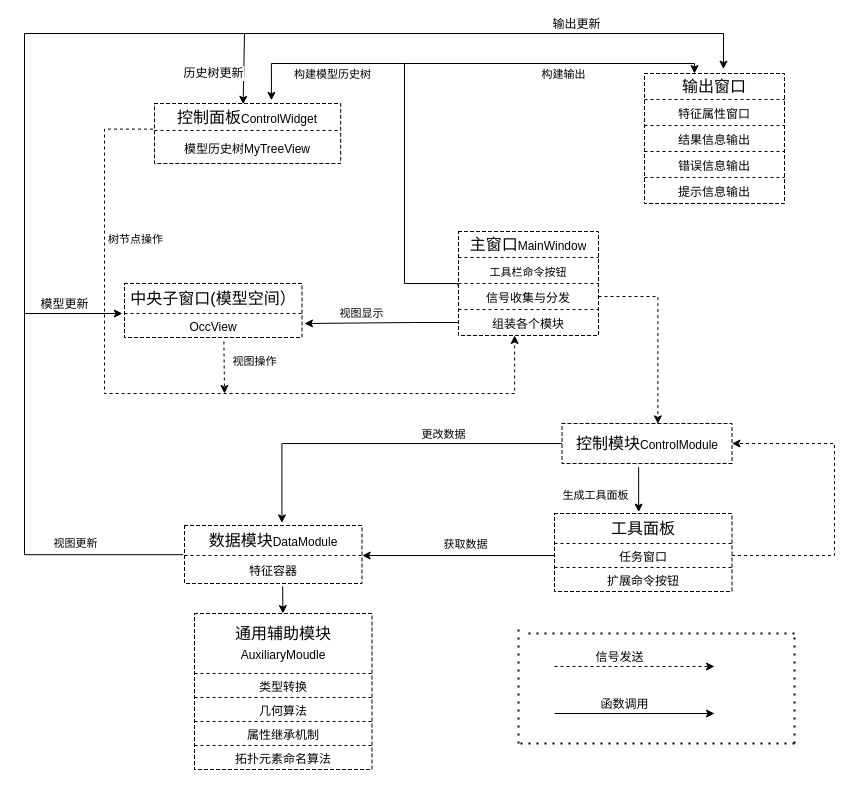
liuhuliuhu123/First-test keeps this draw.io diagram as mvc详解架构.drawio. Above is the earlier version. Source tidied: cells renumbered, new cells numbered last; positions are measured from the earlier drawing's top-left corner, leaving out a move shared by most shapes. Both pictures are drawn from the tidied source at 100%, with x=0, y=0 at pixel (24, 33).
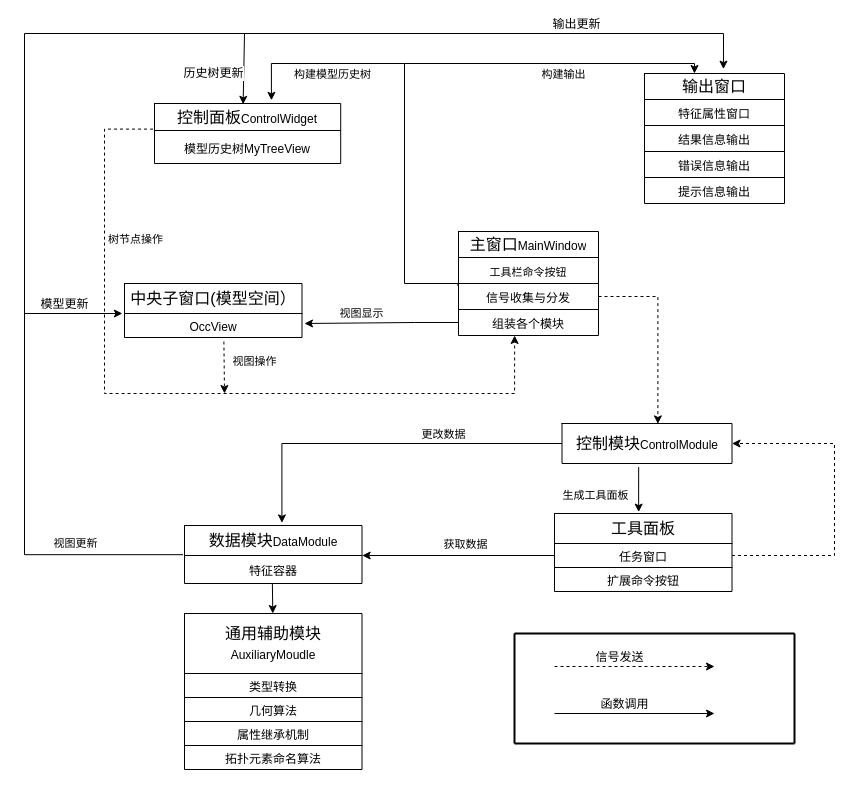
Above is the later version.

Commit message:
更新mvc详解架构.drawio

The change refers to these unchanged cells:
```xml
<mxCell id="48" style="shape=tableRow;horizontal=0;startSize=0;swimlaneHead=0;swimlaneBody=0;strokeColor=inherit;top=0;left=0;bottom=0;right=0;fillColor=none;points=[[0,0.5],[1,0.5]];portConstraint=eastwest;fontSize=16;" parent="47" vertex="1">
  <mxGeometry width="177.5" height="60" as="geometry" />
</mxCell>
<mxCell id="78" style="shape=tableRow;horizontal=0;startSize=0;swimlaneHead=0;swimlaneBody=0;strokeColor=inherit;top=0;left=0;bottom=0;right=0;fillColor=none;points=[[0,0.5],[1,0.5]];portConstraint=eastwest;fontSize=16;" parent="75" vertex="1">
  <mxGeometry y="30" width="177.5" height="28" as="geometry" />
</mxCell>
```

Change to the diagram source:
```diff
@@
-    <mxCell id="27" style="shape=table;startSize=0;childLayout=tableLayout;fontSize=16;dashed=1;" parent="1" vertex="1">
+    <mxCell id="27" style="shape=table;startSize=0;childLayout=tableLayout;fontSize=16;" parent="1" vertex="1">
       <mxGeometry x="620" y="40" width="140" height="130" as="geometry" />
     </mxCell>
@@
-    <mxCell id="38" style="shape=table;startSize=0;childLayout=tableLayout;fontSize=16;dashed=1;" parent="1" vertex="1">
+    <mxCell id="38" style="shape=table;startSize=0;childLayout=tableLayout;fontSize=16;" parent="1" vertex="1">
       <mxGeometry x="434" y="198" width="140" height="104" as="geometry" />
     </mxCell>
@@
-    <mxCell id="47" style="shape=table;startSize=0;childLayout=tableLayout;fontSize=16;dashed=1;" parent="1" vertex="1">
-      <mxGeometry x="170" y="580" width="177.5" height="156" as="geometry" />
+    <mxCell id="47" style="shape=table;startSize=0;childLayout=tableLayout;fontSize=16;" parent="1" vertex="1">
+      <mxGeometry x="160" y="580" width="177.5" height="156" as="geometry" />
     </mxCell>
@@
-    <mxCell id="58" style="shape=table;startSize=0;childLayout=tableLayout;fontSize=16;dashed=1;" parent="1" vertex="1">
+    <mxCell id="58" style="shape=table;startSize=0;childLayout=tableLayout;fontSize=16;" parent="1" vertex="1">
       <mxGeometry x="530" y="480" width="177.5" height="78" as="geometry" />
     </mxCell>
@@
-    <mxCell id="65" style="shape=table;startSize=0;childLayout=tableLayout;fontSize=16;dashed=1;" parent="1" vertex="1">
+    <mxCell id="65" style="shape=table;startSize=0;childLayout=tableLayout;fontSize=16;" parent="1" vertex="1">
       <mxGeometry x="100" y="250" width="177.5" height="54" as="geometry" />
     </mxCell>
@@
-    <mxCell id="70" style="shape=table;startSize=0;childLayout=tableLayout;fontSize=16;dashed=1;" parent="1" vertex="1">
+    <mxCell id="70" style="shape=table;startSize=0;childLayout=tableLayout;fontSize=16;" parent="1" vertex="1">
       <mxGeometry x="130" y="70" width="186.2" height="60" as="geometry" />
     </mxCell>
@@
-    <mxCell id="75" style="shape=table;startSize=0;childLayout=tableLayout;fontSize=16;dashed=1;" parent="1" vertex="1">
+    <mxCell id="75" style="shape=table;startSize=0;childLayout=tableLayout;fontSize=16;" parent="1" vertex="1">
       <mxGeometry x="160" y="492" width="177.5" height="58" as="geometry" />
     </mxCell>
@@
-    <mxCell id="80" style="shape=table;startSize=0;childLayout=tableLayout;fontSize=16;dashed=1;" parent="1" vertex="1">
+    <mxCell id="80" style="shape=table;startSize=0;childLayout=tableLayout;fontSize=16;" parent="1" vertex="1">
       <mxGeometry x="537.5" y="390" width="170" height="40" as="geometry" />
     </mxCell>
@@
-    <mxCell id="87" style="endArrow=none;dashed=1;html=1;dashPattern=1 3;strokeWidth=2;rounded=0;fontSize=12;entryX=0;entryY=0.5;entryDx=0;entryDy=0;entryPerimeter=0;" parent="1" edge="1">
+    <mxCell id="87" style="endArrow=none;html=1;strokeWidth=2;rounded=0;fontSize=12;" parent="1" edge="1">
       <mxGeometry relative="1" as="geometry">
-        <mxPoint x="494" y="710" as="sourcePoint" />
-        <mxPoint x="494" y="595" as="targetPoint" />
+        <mxPoint x="490" y="710" as="sourcePoint" />
+        <mxPoint x="490" y="600" as="targetPoint" />
       </mxGeometry>
     </mxCell>
-    <mxCell id="88" style="endArrow=none;dashed=1;html=1;dashPattern=1 3;strokeWidth=2;rounded=0;fontSize=12;" parent="1" edge="1">
+    <mxCell id="88" style="endArrow=none;html=1;strokeWidth=2;rounded=0;fontSize=12;" parent="1" edge="1">
       <mxGeometry relative="1" as="geometry">
         <mxPoint x="770" y="710" as="sourcePoint" />
         <mxPoint x="490" y="710" as="targetPoint" />
       </mxGeometry>
     </mxCell>
-    <mxCell id="89" style="endArrow=none;dashed=1;html=1;dashPattern=1 3;strokeWidth=2;rounded=0;fontSize=12;" parent="1" edge="1">
+    <mxCell id="89" style="endArrow=none;html=1;strokeWidth=2;rounded=0;fontSize=12;" parent="1" edge="1">
       <mxGeometry relative="1" as="geometry">
         <mxPoint x="770" y="710" as="sourcePoint" />
         <mxPoint x="770" y="600" as="targetPoint" />
       </mxGeometry>
     </mxCell>
-    <mxCell id="90" style="endArrow=none;dashed=1;html=1;dashPattern=1 3;strokeWidth=2;rounded=0;fontSize=12;" parent="1" edge="1">
+    <mxCell id="90" style="endArrow=none;html=1;strokeWidth=2;rounded=0;fontSize=12;" parent="1" edge="1">
       <mxGeometry relative="1" as="geometry">
         <mxPoint x="770" y="600" as="sourcePoint" />
-        <mxPoint x="500" y="600" as="targetPoint" />
+        <mxPoint x="490" y="600" as="targetPoint" />
       </mxGeometry>
     </mxCell>
-    <mxCell id="91" style="endArrow=classic;html=1;rounded=0;fontSize=12;exitX=0.553;exitY=1.102;exitDx=0;exitDy=0;exitPerimeter=0;" parent="1" edge="1" source="78" target="48">
+    <mxCell id="91" style="endArrow=classic;html=1;rounded=0;fontSize=12;exitX=0.495;exitY=0.985;exitDx=0;exitDy=0;exitPerimeter=0;" parent="1" edge="1" source="78" target="48">
       <mxGeometry relative="1" as="geometry" />
     </mxCell>
```
